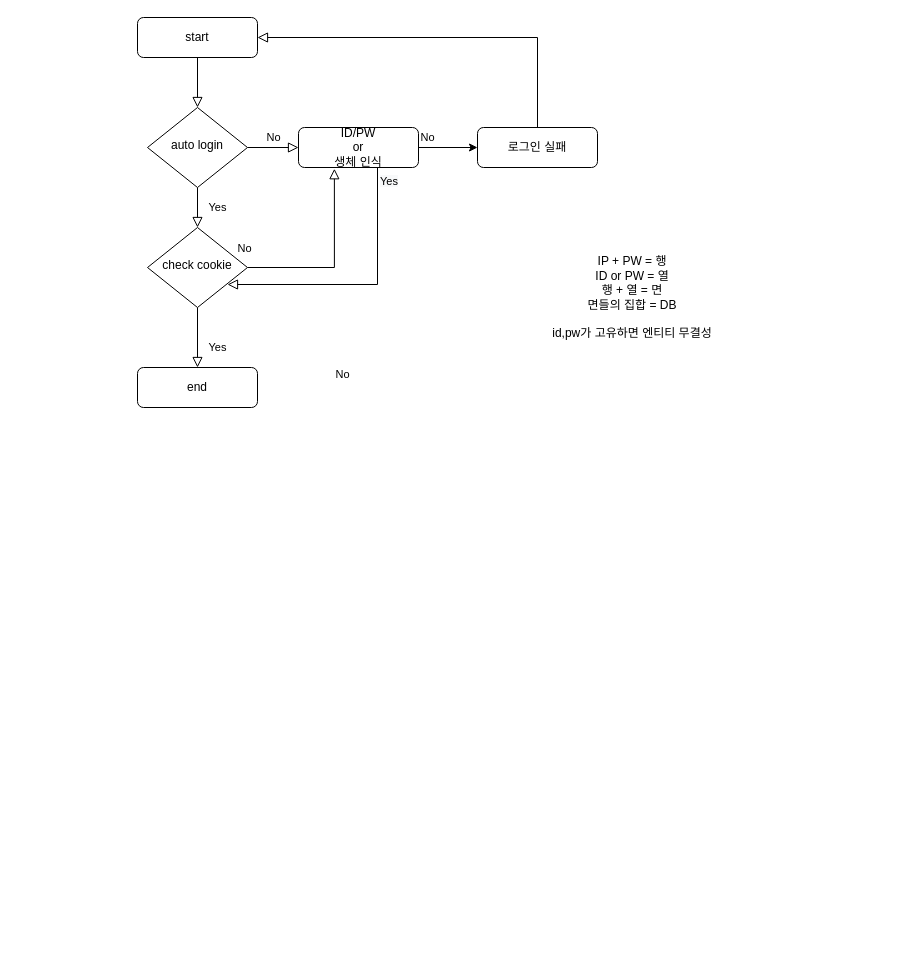
The draw.io diagram Login_diagram.drawio in heeyeon-developer/heeyeon-developer, before the edit. Source tidied: cells renumbered, new cells numbered last; positions are measured from the earlier drawing's top-left corner, leaving out a move shared by most shapes. Both pictures are drawn from the tidied source at 100%, with x=0, y=0 at pixel (137, 17).
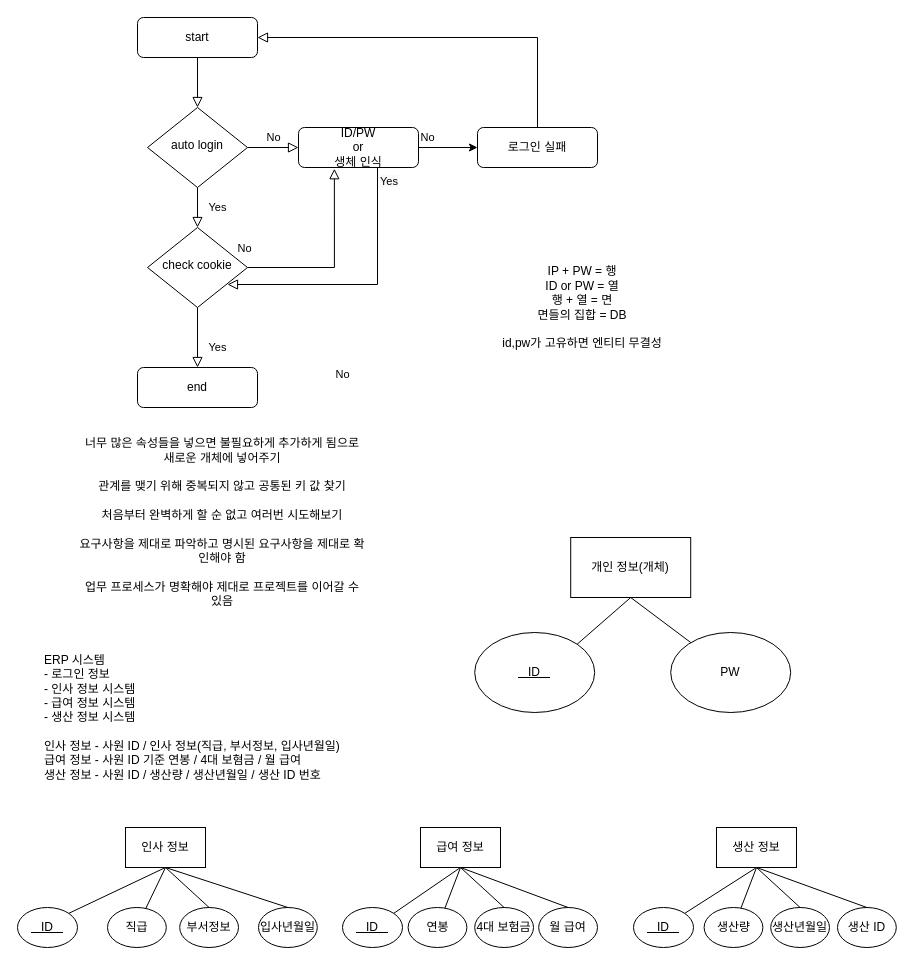
Above is the later version.

The edit, as a diff of the source:
```diff
@@
     <mxCell id="17" value="IP + PW = 행&lt;br&gt;ID or PW = 열&lt;br&gt;행 + 열 = 면&lt;br&gt;면들의 집합 = DB&lt;br&gt;&lt;br&gt;id,pw가 고유하면 엔티티 무결성" style="text;html=1;strokeColor=none;fillColor=none;align=center;verticalAlign=middle;whiteSpace=wrap;rounded=0;" parent="1" vertex="1">
-      <mxGeometry x="360" y="190" width="270" height="180" as="geometry" />
+      <mxGeometry x="310" y="200" width="270" height="180" as="geometry" />
     </mxCell>
+    <mxCell id="18" value="개인 정보(개체)" style="rounded=0;whiteSpace=wrap;html=1;" parent="1" vertex="1">
+      <mxGeometry x="433.2" y="520" width="120" height="60" as="geometry" />
+    </mxCell>
+    <mxCell id="19" value="&lt;u&gt;&amp;nbsp; &amp;nbsp;ID&amp;nbsp; &amp;nbsp;&lt;/u&gt;" style="ellipse;whiteSpace=wrap;html=1;" parent="1" vertex="1">
+      <mxGeometry x="337.2" y="615" width="120" height="80" as="geometry" />
+    </mxCell>
+    <mxCell id="20" value="PW" style="ellipse;whiteSpace=wrap;html=1;" parent="1" vertex="1">
+      <mxGeometry x="533.2" y="615" width="120" height="80" as="geometry" />
+    </mxCell>
+    <mxCell id="21" style="endArrow=none;html=1;exitX=1;exitY=0;exitDx=0;exitDy=0;entryX=0.5;entryY=1;entryDx=0;entryDy=0;" parent="1" edge="1" source="19" target="18">
+      <mxGeometry relative="1" as="geometry" />
+    </mxCell>
+    <mxCell id="22" style="endArrow=none;html=1;entryX=0.5;entryY=1;entryDx=0;entryDy=0;" parent="1" edge="1" source="20" target="18">
+      <mxGeometry relative="1" as="geometry" />
+    </mxCell>
+    <mxCell id="23" value="너무 많은 속성들을 넣으면 불필요하게 추가하게 됨으로 새로운 개체에 넣어주기&lt;br&gt;&lt;br&gt;관계를 맺기 위해 중복되지 않고 공통된 키 값 찾기&lt;br&gt;&lt;br&gt;처음부터 완벽하게 할 순 없고 여러번 시도해보기&lt;br&gt;&lt;br&gt;요구사항을 제대로 파악하고 명시된 요구사항을 제대로 확인해야 함&lt;br&gt;&lt;br&gt;업무 프로세스가 명확해야 제대로 프로젝트를 이어갈 수 있음" style="text;html=1;strokeColor=none;fillColor=none;align=center;verticalAlign=middle;whiteSpace=wrap;rounded=0;" parent="1" vertex="1">
+      <mxGeometry x="-60" y="410" width="290" height="190" as="geometry" />
+    </mxCell>
+    <mxCell id="24" value="&lt;div&gt;&lt;span&gt;ERP 시스템&lt;/span&gt;&lt;/div&gt;&lt;div&gt;&lt;span&gt;- 로그인 정보&lt;/span&gt;&lt;/div&gt;&lt;div&gt;&lt;span&gt;- 인사 정보 시스템&lt;/span&gt;&lt;/div&gt;&lt;div&gt;&lt;span&gt;- 급여 정보 시스템&lt;/span&gt;&lt;/div&gt;&lt;div&gt;&lt;span&gt;- 생산 정보 시스템&lt;/span&gt;&lt;/div&gt;&lt;div&gt;&lt;span&gt;&lt;br&gt;&lt;/span&gt;&lt;/div&gt;&lt;div&gt;&lt;span&gt;인사 정보 - 사원 ID / 인사 정보(직급, 부서정보, 입사년월일)&lt;/span&gt;&lt;/div&gt;&lt;div&gt;&lt;span&gt;급여 정보 - 사원 ID 기준 연봉 / 4대 보혐금 / 월 급여&lt;/span&gt;&lt;/div&gt;&lt;div&gt;&lt;span&gt;생산 정보 - 사원 ID / 생산량 / 생산년월일 / 생산 ID 번호&lt;/span&gt;&lt;/div&gt;" style="text;html=1;strokeColor=none;fillColor=none;align=left;verticalAlign=middle;whiteSpace=wrap;rounded=0;" parent="1" vertex="1">
+      <mxGeometry x="-95" y="610" width="360" height="180" as="geometry" />
+    </mxCell>
+    <mxCell id="25" value="인사 정보" style="rounded=0;whiteSpace=wrap;html=1;" parent="1" vertex="1">
+      <mxGeometry x="-12" y="810" width="80" height="40" as="geometry" />
+    </mxCell>
+    <mxCell id="26" value="&lt;u&gt;&amp;nbsp; &amp;nbsp;ID&amp;nbsp; &amp;nbsp;&lt;/u&gt;" style="ellipse;whiteSpace=wrap;html=1;" parent="1" vertex="1">
+      <mxGeometry x="-120" y="890" width="60" height="40" as="geometry" />
+    </mxCell>
+    <mxCell id="27" value="직급" style="ellipse;whiteSpace=wrap;html=1;" parent="1" vertex="1">
+      <mxGeometry x="-30" y="890" width="58.8" height="40" as="geometry" />
+    </mxCell>
+    <mxCell id="28" style="endArrow=none;html=1;exitX=1;exitY=0;exitDx=0;exitDy=0;entryX=0.5;entryY=1;entryDx=0;entryDy=0;" parent="1" edge="1" source="26" target="25">
+      <mxGeometry relative="1" as="geometry" />
+    </mxCell>
+    <mxCell id="29" style="endArrow=none;html=1;entryX=0.5;entryY=1;entryDx=0;entryDy=0;" parent="1" edge="1" source="27" target="25">
+      <mxGeometry relative="1" as="geometry" />
+    </mxCell>
+    <mxCell id="30" value="부서정보" style="ellipse;whiteSpace=wrap;html=1;" parent="1" vertex="1">
+      <mxGeometry x="42.2" y="890" width="58.8" height="40" as="geometry" />
+    </mxCell>
+    <mxCell id="31" value="입사년월일" style="ellipse;whiteSpace=wrap;html=1;" parent="1" vertex="1">
+      <mxGeometry x="121" y="890" width="58.8" height="40" as="geometry" />
+    </mxCell>
+    <mxCell id="32" style="endArrow=none;html=1;exitX=0.5;exitY=0;exitDx=0;exitDy=0;entryX=0.5;entryY=1;entryDx=0;entryDy=0;" parent="1" edge="1" source="30" target="25">
+      <mxGeometry relative="1" as="geometry" />
+    </mxCell>
+    <mxCell id="33" style="endArrow=none;html=1;entryX=0.5;entryY=1;entryDx=0;entryDy=0;exitX=0.5;exitY=0;exitDx=0;exitDy=0;" parent="1" edge="1" source="31" target="25">
+      <mxGeometry relative="1" as="geometry" />
+    </mxCell>
+    <mxCell id="34" value="급여 정보" style="rounded=0;whiteSpace=wrap;html=1;" parent="1" vertex="1">
+      <mxGeometry x="283" y="810" width="80" height="40" as="geometry" />
+    </mxCell>
+    <mxCell id="35" value="&lt;u&gt;&amp;nbsp; &amp;nbsp;ID&amp;nbsp; &amp;nbsp;&lt;/u&gt;" style="ellipse;whiteSpace=wrap;html=1;" parent="1" vertex="1">
+      <mxGeometry x="205" y="890" width="60" height="40" as="geometry" />
+    </mxCell>
+    <mxCell id="36" value="연봉" style="ellipse;whiteSpace=wrap;html=1;" parent="1" vertex="1">
+      <mxGeometry x="270.6" y="890" width="58.8" height="40" as="geometry" />
+    </mxCell>
+    <mxCell id="37" style="endArrow=none;html=1;exitX=1;exitY=0;exitDx=0;exitDy=0;entryX=0.5;entryY=1;entryDx=0;entryDy=0;" parent="1" edge="1" source="35" target="34">
+      <mxGeometry relative="1" as="geometry" />
+    </mxCell>
+    <mxCell id="38" style="endArrow=none;html=1;entryX=0.5;entryY=1;entryDx=0;entryDy=0;" parent="1" edge="1" source="36" target="34">
+      <mxGeometry relative="1" as="geometry" />
+    </mxCell>
+    <mxCell id="39" value="4대 보험금" style="ellipse;whiteSpace=wrap;html=1;" parent="1" vertex="1">
+      <mxGeometry x="337.2" y="890" width="58.8" height="40" as="geometry" />
+    </mxCell>
+    <mxCell id="40" value="월 급여" style="ellipse;whiteSpace=wrap;html=1;" parent="1" vertex="1">
+      <mxGeometry x="401.2" y="890" width="58.8" height="40" as="geometry" />
+    </mxCell>
+    <mxCell id="41" style="endArrow=none;html=1;exitX=0.5;exitY=0;exitDx=0;exitDy=0;entryX=0.5;entryY=1;entryDx=0;entryDy=0;" parent="1" edge="1" source="39" target="34">
+      <mxGeometry relative="1" as="geometry" />
+    </mxCell>
+    <mxCell id="42" style="endArrow=none;html=1;entryX=0.5;entryY=1;entryDx=0;entryDy=0;exitX=0.5;exitY=0;exitDx=0;exitDy=0;" parent="1" edge="1" source="40" target="34">
+      <mxGeometry relative="1" as="geometry" />
+    </mxCell>
+    <mxCell id="43" value="생산 정보" style="rounded=0;whiteSpace=wrap;html=1;" parent="1" vertex="1">
+      <mxGeometry x="579" y="810" width="80" height="40" as="geometry" />
+    </mxCell>
+    <mxCell id="44" value="&lt;u&gt;&amp;nbsp; &amp;nbsp;ID&amp;nbsp; &amp;nbsp;&lt;/u&gt;" style="ellipse;whiteSpace=wrap;html=1;" parent="1" vertex="1">
+      <mxGeometry x="496" y="890" width="60" height="40" as="geometry" />
+    </mxCell>
+    <mxCell id="45" value="생산량" style="ellipse;whiteSpace=wrap;html=1;" parent="1" vertex="1">
+      <mxGeometry x="566.6" y="890" width="58.8" height="40" as="geometry" />
+    </mxCell>
+    <mxCell id="46" style="endArrow=none;html=1;exitX=1;exitY=0;exitDx=0;exitDy=0;entryX=0.5;entryY=1;entryDx=0;entryDy=0;" parent="1" edge="1" source="44" target="43">
+      <mxGeometry relative="1" as="geometry" />
+    </mxCell>
+    <mxCell id="47" style="endArrow=none;html=1;entryX=0.5;entryY=1;entryDx=0;entryDy=0;" parent="1" edge="1" source="45" target="43">
+      <mxGeometry relative="1" as="geometry" />
+    </mxCell>
+    <mxCell id="48" value="생산년월일" style="ellipse;whiteSpace=wrap;html=1;" parent="1" vertex="1">
+      <mxGeometry x="633.2" y="890" width="58.8" height="40" as="geometry" />
+    </mxCell>
+    <mxCell id="49" value="생산 ID" style="ellipse;whiteSpace=wrap;html=1;" parent="1" vertex="1">
+      <mxGeometry x="700" y="890" width="58.8" height="40" as="geometry" />
+    </mxCell>
+    <mxCell id="50" style="endArrow=none;html=1;exitX=0.5;exitY=0;exitDx=0;exitDy=0;entryX=0.5;entryY=1;entryDx=0;entryDy=0;" parent="1" edge="1" source="48" target="43">
+      <mxGeometry relative="1" as="geometry" />
+    </mxCell>
+    <mxCell id="51" style="endArrow=none;html=1;entryX=0.5;entryY=1;entryDx=0;entryDy=0;exitX=0.5;exitY=0;exitDx=0;exitDy=0;" parent="1" edge="1" source="49" target="43">
+      <mxGeometry relative="1" as="geometry" />
+    </mxCell>
```
